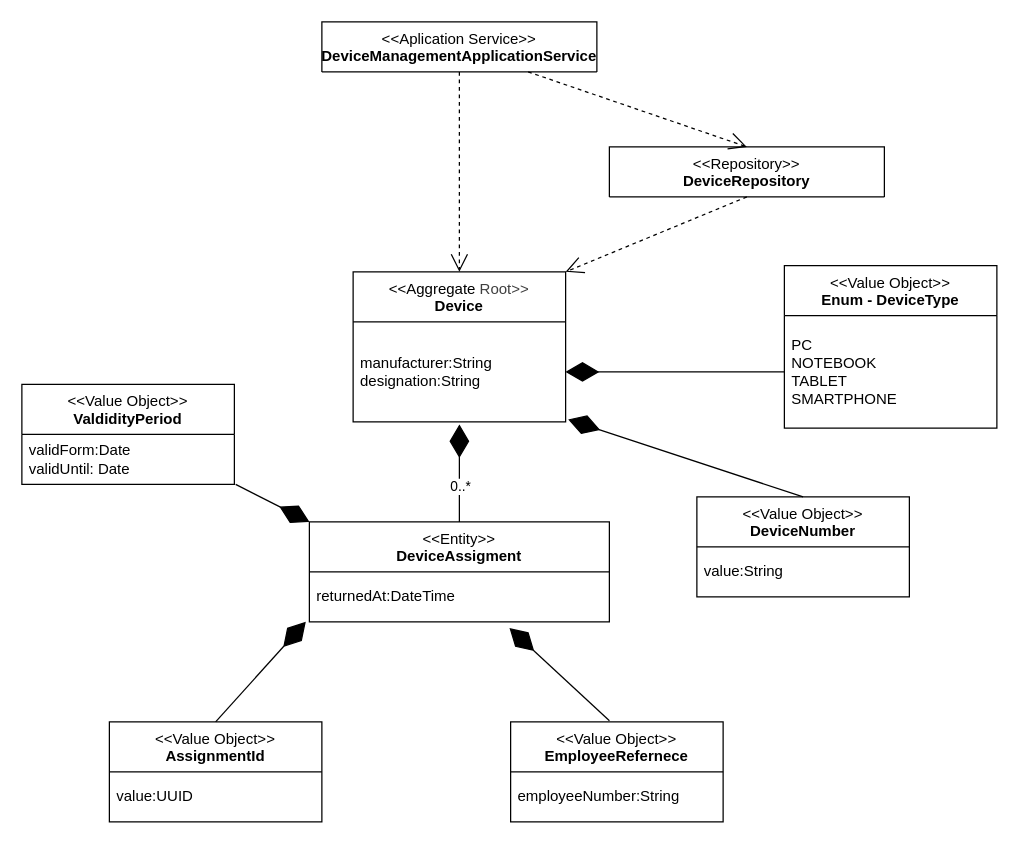
Before: uml/device-management.drawio in AlexanderCoopmans/FSE-Mitarbeiterverwaltung-Example, a draw.io diagram. Source tidied: cells renumbered, new cells numbered last; positions are measured from the earlier drawing's top-left corner, leaving out a move shared by most shapes. Both pictures are drawn from the tidied source at 125%, with x=0, y=0 at pixel (21, 21).
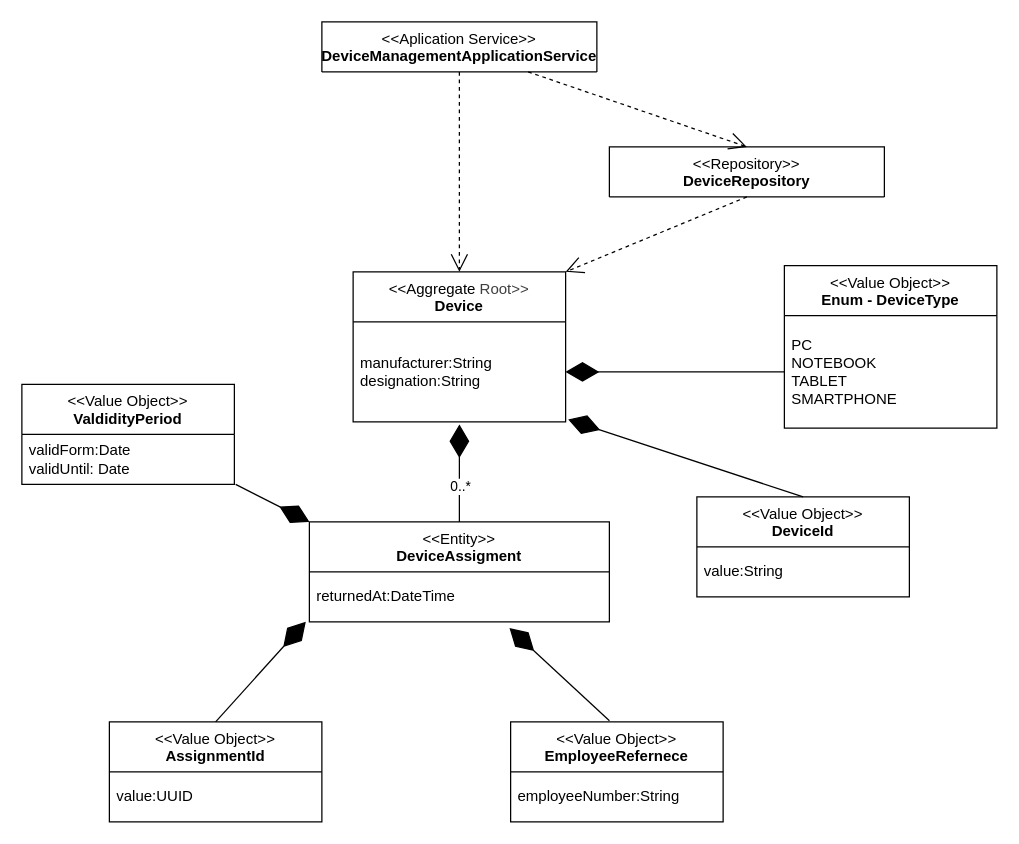
The same page after the edit.

Commit message (it also covers changes not shown here):
refactor: Changed DeviceNumber to DeviceId for more consistency

What changed in the source:
```diff
@@
-    <mxCell id="8" value="&lt;div style=&quot;&quot;&gt;&amp;lt;&amp;lt;Value Object&amp;gt;&amp;gt;&lt;/div&gt;&lt;div style=&quot;&quot;&gt;&lt;b&gt;DeviceNumber&lt;/b&gt;&lt;/div&gt;" style="swimlane;fontStyle=0;align=center;verticalAlign=top;horizontal=1;startSize=40;html=1;whiteSpace=wrap;" parent="1" vertex="1">
+    <mxCell id="8" value="&lt;div style=&quot;&quot;&gt;&amp;lt;&amp;lt;Value Object&amp;gt;&amp;gt;&lt;/div&gt;&lt;div style=&quot;&quot;&gt;&lt;b&gt;DeviceId&lt;/b&gt;&lt;/div&gt;" style="swimlane;fontStyle=0;align=center;verticalAlign=top;horizontal=1;startSize=40;html=1;whiteSpace=wrap;" parent="1" vertex="1">
       <mxGeometry x="540" y="380" width="170" height="80" as="geometry" />
     </mxCell>
```
